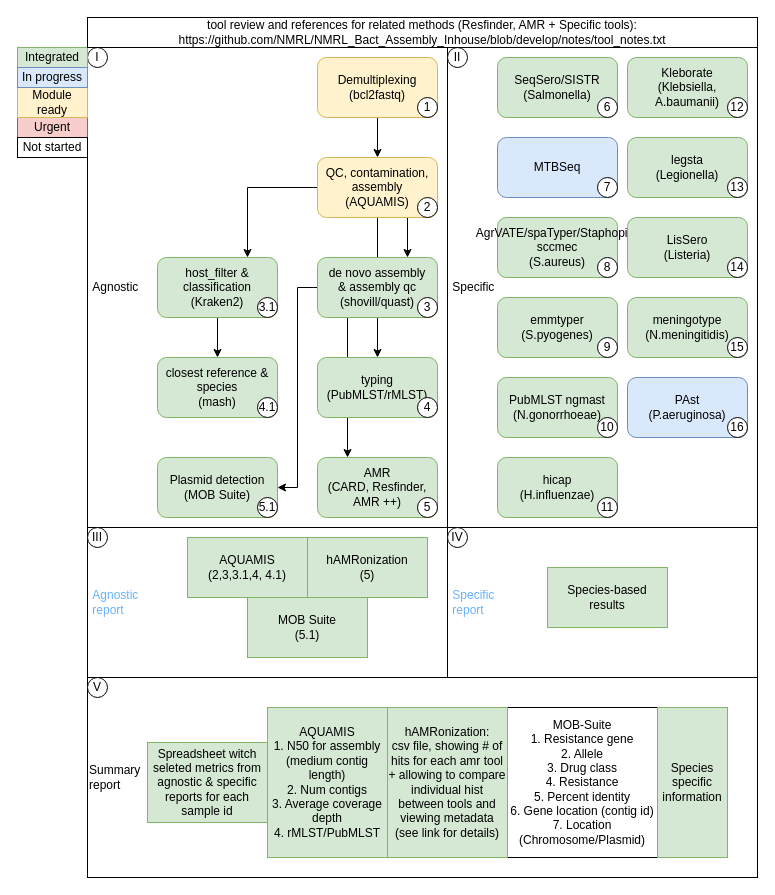
NMRL/Ardetype keeps this draw.io diagram as notes/Agnostic_specific_pipe.drawio. Above is the earlier version. Source tidied: cells renumbered, new cells numbered last; positions are measured from the earlier drawing's top-left corner, leaving out a move shared by most shapes. Both pictures are drawn from the tidied source at 100%, with x=0, y=0 at pixel (17, 17).
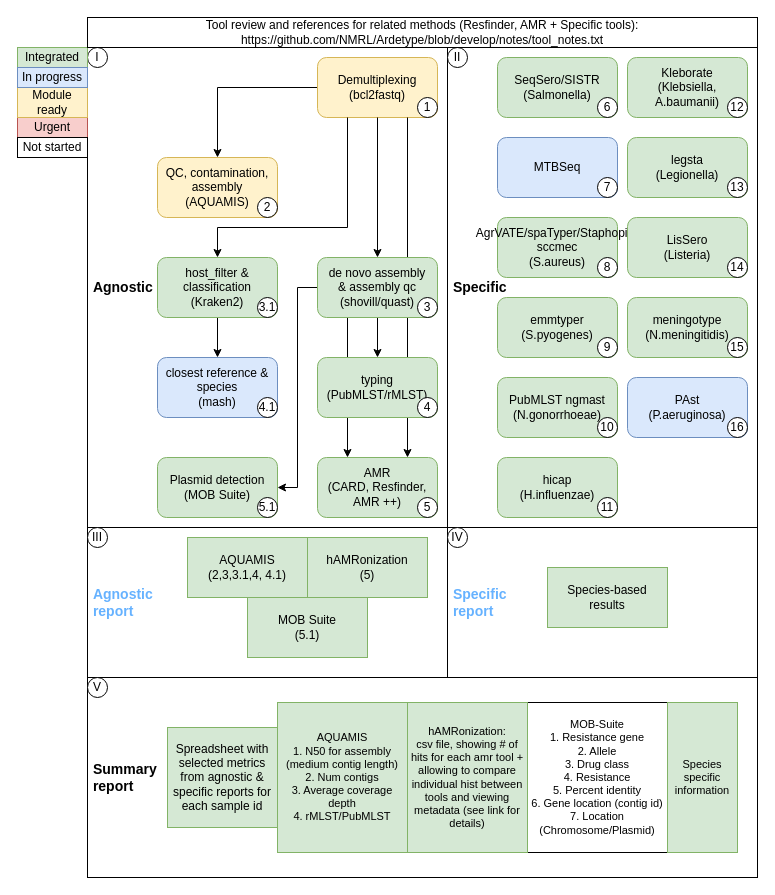
The same page after the edit.

Commit message:
updated_workflow progress

Unchanged cells that the change refers to:
```xml
<mxCell id="5" value="&lt;div&gt;Demultiplexing&lt;/div&gt;(bcl2fastq)" style="rounded=1;whiteSpace=wrap;html=1;fillColor=#fff2cc;strokeColor=#d6b656;" parent="1" vertex="1">
  <mxGeometry x="300" y="40" width="120" height="60" as="geometry" />
</mxCell>
<mxCell id="12" value="&lt;br&gt;&lt;div&gt;de novo assembly&lt;/div&gt;&lt;div&gt;&amp;amp; assembly qc&lt;br&gt;(shovill/quast)&lt;br&gt;&lt;/div&gt;&lt;div&gt;&lt;br&gt;&lt;/div&gt;" style="rounded=1;whiteSpace=wrap;html=1;fillColor=#d5e8d4;strokeColor=#82b366;" parent="1" vertex="1">
  <mxGeometry x="300" y="240" width="120" height="60" as="geometry" />
</mxCell>
<mxCell id="13" value="&lt;div&gt;typing&lt;/div&gt;(PubMLST/rMLST)" style="rounded=1;whiteSpace=wrap;html=1;fillColor=#d5e8d4;strokeColor=#82b366;" parent="1" vertex="1">
  <mxGeometry x="300" y="340" width="120" height="60" as="geometry" />
</mxCell>
<mxCell id="14" value="&lt;div&gt;AMR&lt;/div&gt;(CARD, Resfinder, AMR ++)" style="rounded=1;whiteSpace=wrap;html=1;fillColor=#d5e8d4;strokeColor=#82b366;" parent="1" vertex="1">
  <mxGeometry x="300" y="440" width="120" height="60" as="geometry" />
</mxCell>
<mxCell id="41" value="&lt;div&gt;host_filter &amp;amp; classification&lt;br&gt;&lt;/div&gt;&lt;div&gt;(Kraken2)&lt;/div&gt;" style="rounded=1;whiteSpace=wrap;html=1;fillColor=#d5e8d4;strokeColor=#82b366;" parent="1" vertex="1">
  <mxGeometry x="140" y="240" width="120" height="60" as="geometry" />
</mxCell>
```

Diff of the diagram source:
```diff
@@
-    <mxCell id="2" value="&lt;div&gt;&lt;font color=&quot;#66B2FF&quot;&gt;&amp;nbsp;Specific&lt;/font&gt;&lt;/div&gt;&lt;div&gt;&lt;font color=&quot;#66B2FF&quot;&gt;&amp;nbsp;report&lt;br&gt;&lt;/font&gt;&lt;/div&gt;" style="rounded=0;whiteSpace=wrap;html=1;align=left;" parent="1" vertex="1">
+    <mxCell id="2" value="&lt;div style=&quot;font-size: 14px;&quot;&gt;&lt;font style=&quot;font-size: 14px;&quot;&gt;&lt;b&gt;&lt;font style=&quot;font-size: 14px;&quot; color=&quot;#66B2FF&quot;&gt;&amp;nbsp;Specific&lt;/font&gt;&lt;/b&gt;&lt;/font&gt;&lt;/div&gt;&lt;div style=&quot;font-size: 14px;&quot;&gt;&lt;font style=&quot;font-size: 14px;&quot;&gt;&lt;b&gt;&lt;font style=&quot;font-size: 14px;&quot; color=&quot;#66B2FF&quot;&gt;&amp;nbsp;report&lt;br&gt;&lt;/font&gt;&lt;/b&gt;&lt;/font&gt;&lt;/div&gt;" style="rounded=0;whiteSpace=wrap;html=1;align=left;" parent="1" vertex="1">
       <mxGeometry x="430" y="510" width="310" height="150" as="geometry" />
     </mxCell>
-    <mxCell id="3" value="&lt;div align=&quot;left&quot;&gt;&amp;nbsp;Agnostic&lt;/div&gt;" style="rounded=0;whiteSpace=wrap;html=1;align=left;" parent="1" vertex="1">
+    <mxCell id="3" value="&lt;div style=&quot;font-size: 14px;&quot; align=&quot;left&quot;&gt;&lt;b&gt;&lt;font style=&quot;font-size: 14px;&quot;&gt;&amp;nbsp;Agnostic&lt;/font&gt;&lt;/b&gt;&lt;/div&gt;" style="rounded=0;whiteSpace=wrap;html=1;align=left;" parent="1" vertex="1">
       <mxGeometry x="70" y="30" width="360" height="480" as="geometry" />
     </mxCell>
-    <mxCell id="4" style="edgeStyle=orthogonalEdgeStyle;rounded=0;jettySize=auto;html=1;exitX=0.5;exitY=1;exitDx=0;exitDy=0;entryX=0.5;entryY=0;entryDx=0;entryDy=0;" parent="1" edge="1" source="5" target="9">
+    <mxCell id="4" style="edgeStyle=orthogonalEdgeStyle;rounded=0;jettySize=auto;html=1;exitX=0;exitY=0.5;exitDx=0;exitDy=0;entryX=0.5;entryY=0;entryDx=0;entryDy=0;" parent="1" edge="1" source="5" target="9">
       <mxGeometry relative="1" as="geometry" />
     </mxCell>
@@
-    <mxCell id="6" style="edgeStyle=orthogonalEdgeStyle;rounded=0;jettySize=auto;html=1;" parent="1" edge="1" source="9" target="13">
+    <mxCell id="6" style="edgeStyle=orthogonalEdgeStyle;rounded=0;jettySize=auto;html=1;exitX=0.75;exitY=1;exitDx=0;exitDy=0;entryX=0.75;entryY=0;entryDx=0;entryDy=0;" parent="1" edge="1" source="5" target="14">
       <mxGeometry relative="1" as="geometry" />
     </mxCell>
-    <mxCell id="7" style="edgeStyle=orthogonalEdgeStyle;rounded=0;jettySize=auto;html=1;exitX=0.75;exitY=1;exitDx=0;exitDy=0;entryX=0.75;entryY=0;entryDx=0;entryDy=0;" parent="1" edge="1" source="9" target="12">
+    <mxCell id="7" style="edgeStyle=orthogonalEdgeStyle;rounded=0;jettySize=auto;html=1;exitX=0.5;exitY=1;exitDx=0;exitDy=0;entryX=0.5;entryY=0;entryDx=0;entryDy=0;" parent="1" edge="1" source="5" target="12">
       <mxGeometry relative="1" as="geometry" />
     </mxCell>
-    <mxCell id="8" style="edgeStyle=orthogonalEdgeStyle;rounded=0;jettySize=auto;html=1;exitX=0;exitY=0.5;exitDx=0;exitDy=0;entryX=0.75;entryY=0;entryDx=0;entryDy=0;" parent="1" edge="1" source="9" target="41">
-      <mxGeometry relative="1" as="geometry" />
+    <mxCell id="8" style="edgeStyle=orthogonalEdgeStyle;rounded=0;jettySize=auto;html=1;exitX=0.25;exitY=1;exitDx=0;exitDy=0;entryX=0.5;entryY=0;entryDx=0;entryDy=0;" parent="1" edge="1" source="5" target="41">
+      <mxGeometry relative="1" as="geometry">
+        <Array as="points">
+          <mxPoint x="330" y="210" />
+          <mxPoint x="200" y="210" />
+        </Array>
+      </mxGeometry>
     </mxCell>
     <mxCell id="9" value="QC, contamination, assembly&lt;br&gt;(AQUAMIS)" style="rounded=1;whiteSpace=wrap;html=1;fillColor=#fff2cc;strokeColor=#d6b656;" parent="1" vertex="1">
-      <mxGeometry x="300" y="140" width="120" height="60" as="geometry" />
+      <mxGeometry x="140" y="140" width="120" height="60" as="geometry" />
     </mxCell>
@@
+    <mxCell id="72" style="edgeStyle=orthogonalEdgeStyle;rounded=0;jettySize=auto;html=1;entryX=0.5;entryY=0;entryDx=0;entryDy=0;fontSize=14;fontColor=#3333FF;" parent="1" edge="1" source="12" target="13">
+      <mxGeometry relative="1" as="geometry" />
+    </mxCell>
@@
-    <mxCell id="15" value="&amp;nbsp;Specific" style="rounded=0;whiteSpace=wrap;html=1;align=left;" parent="1" vertex="1">
+    <mxCell id="15" value="&lt;b&gt;&lt;font style=&quot;font-size: 14px;&quot;&gt;&amp;nbsp;Specific&lt;/font&gt;&lt;/b&gt;" style="rounded=0;whiteSpace=wrap;html=1;align=left;" parent="1" vertex="1">
       <mxGeometry x="430" y="30" width="310" height="480" as="geometry" />
     </mxCell>
@@
     <mxCell id="27" value="2" style="ellipse;whiteSpace=wrap;html=1;" parent="1" vertex="1">
-      <mxGeometry x="400" y="180" width="20" height="20" as="geometry" />
+      <mxGeometry x="240" y="180" width="20" height="20" as="geometry" />
     </mxCell>
@@
-    <mxCell id="43" value="&lt;div&gt;&lt;font color=&quot;#66B2FF&quot;&gt;&amp;nbsp;Agnostic&lt;/font&gt;&lt;/div&gt;&lt;div&gt;&lt;font color=&quot;#66B2FF&quot;&gt;&amp;nbsp;report&lt;br&gt;&lt;/font&gt;&lt;/div&gt;" style="rounded=0;whiteSpace=wrap;html=1;align=left;" parent="1" vertex="1">
+    <mxCell id="43" value="&lt;div style=&quot;font-size: 14px;&quot;&gt;&lt;font style=&quot;font-size: 14px;&quot;&gt;&lt;b&gt;&lt;font style=&quot;font-size: 14px;&quot; color=&quot;#66B2FF&quot;&gt;&amp;nbsp;Agnostic&lt;/font&gt;&lt;/b&gt;&lt;/font&gt;&lt;/div&gt;&lt;div style=&quot;font-size: 14px;&quot;&gt;&lt;font style=&quot;font-size: 14px;&quot;&gt;&lt;b&gt;&lt;font style=&quot;font-size: 14px;&quot; color=&quot;#66B2FF&quot;&gt;&amp;nbsp;report&lt;br&gt;&lt;/font&gt;&lt;/b&gt;&lt;/font&gt;&lt;/div&gt;" style="rounded=0;whiteSpace=wrap;html=1;align=left;" parent="1" vertex="1">
       <mxGeometry x="70" y="510" width="360" height="150" as="geometry" />
     </mxCell>
@@
-    <mxCell id="51" value="&lt;div&gt;closest reference &amp;amp; species&lt;br&gt;&lt;/div&gt;&lt;div&gt;(mash)&lt;br&gt;&lt;/div&gt;" style="rounded=1;whiteSpace=wrap;html=1;fillColor=#d5e8d4;strokeColor=#82b366;" parent="1" vertex="1">
+    <mxCell id="51" value="&lt;div&gt;closest reference &amp;amp; species&lt;br&gt;&lt;/div&gt;&lt;div&gt;(mash)&lt;br&gt;&lt;/div&gt;" style="rounded=1;whiteSpace=wrap;html=1;fillColor=#dae8fc;strokeColor=#6c8ebf;" parent="1" vertex="1">
       <mxGeometry x="140" y="340" width="120" height="60" as="geometry" />
     </mxCell>
@@
-    <mxCell id="55" value="&lt;div&gt;Summary&lt;/div&gt;&lt;div&gt;report&lt;br&gt;&lt;/div&gt;" style="rounded=0;whiteSpace=wrap;html=1;align=left;" parent="1" vertex="1">
+    <mxCell id="55" value="&lt;div style=&quot;font-size: 14px;&quot;&gt;&lt;font style=&quot;font-size: 14px;&quot;&gt;&lt;b&gt;&amp;nbsp;Summary&lt;/b&gt;&lt;/font&gt;&lt;/div&gt;&lt;div style=&quot;font-size: 14px;&quot;&gt;&lt;b&gt;&lt;font style=&quot;font-size: 14px;&quot;&gt;&amp;nbsp;report&lt;/font&gt;&lt;br&gt;&lt;/b&gt;&lt;/div&gt;" style="rounded=0;whiteSpace=wrap;html=1;align=left;" parent="1" vertex="1">
       <mxGeometry x="70" y="660" width="670" height="200" as="geometry" />
     </mxCell>
-    <mxCell id="56" value="Spreadsheet witch seleted metrics from agnostic &amp;amp; specific reports for each sample id" style="rounded=0;whiteSpace=wrap;html=1;fillColor=#d5e8d4;strokeColor=#82b366;" parent="1" vertex="1">
-      <mxGeometry x="130" y="725" width="120" height="80" as="geometry" />
+    <mxCell id="56" value="Spreadsheet with selected metrics from agnostic &amp;amp; specific reports for each sample id" style="rounded=0;whiteSpace=wrap;html=1;fillColor=#d5e8d4;strokeColor=#82b366;" parent="1" vertex="1">
+      <mxGeometry x="150" y="710" width="110" height="100" as="geometry" />
     </mxCell>
-    <mxCell id="57" value="&lt;div&gt;AQUAMIS&lt;br&gt;&lt;/div&gt;&lt;div&gt;1. N50 for assembly (medium contig length)&lt;br&gt;&lt;/div&gt;&lt;div&gt;2. Num contigs&lt;/div&gt;&lt;div&gt;3. Average coverage depth&lt;/div&gt;&lt;div&gt;4. rMLST/PubMLST&lt;br&gt;&lt;/div&gt;" style="rounded=0;whiteSpace=wrap;html=1;fillColor=#d5e8d4;strokeColor=#82b366;" parent="1" vertex="1">
-      <mxGeometry x="250" y="690" width="120" height="150" as="geometry" />
+    <mxCell id="57" value="&lt;div style=&quot;font-size: 11px;&quot;&gt;&lt;font style=&quot;font-size: 11px;&quot;&gt;AQUAMIS&lt;br&gt;&lt;/font&gt;&lt;/div&gt;&lt;div style=&quot;font-size: 11px;&quot;&gt;&lt;font style=&quot;font-size: 11px;&quot;&gt;1. N50 for assembly (medium contig length)&lt;br&gt;&lt;/font&gt;&lt;/div&gt;&lt;div style=&quot;font-size: 11px;&quot;&gt;&lt;font style=&quot;font-size: 11px;&quot;&gt;2. Num contigs&lt;/font&gt;&lt;/div&gt;&lt;div style=&quot;font-size: 11px;&quot;&gt;&lt;font style=&quot;font-size: 11px;&quot;&gt;3. Average coverage depth&lt;/font&gt;&lt;/div&gt;&lt;div style=&quot;font-size: 11px;&quot;&gt;&lt;font style=&quot;font-size: 11px;&quot;&gt;4. rMLST/PubMLST&lt;br&gt;&lt;/font&gt;&lt;/div&gt;" style="rounded=0;whiteSpace=wrap;html=1;fillColor=#d5e8d4;strokeColor=#82b366;" parent="1" vertex="1">
+      <mxGeometry x="260" y="685" width="130" height="150" as="geometry" />
     </mxCell>
-    <mxCell id="58" value="&lt;div&gt;MOB-Suite&lt;br&gt;&lt;/div&gt;&lt;div&gt;1. Resistance gene&lt;br&gt;&lt;/div&gt;&lt;div&gt;2. Allele&lt;br&gt;&lt;/div&gt;&lt;div&gt;3. Drug class&lt;/div&gt;&lt;div&gt;4. Resistance&lt;/div&gt;&lt;div&gt;5. Percent identity&lt;/div&gt;&lt;div&gt;6. Gene location (contig id)&lt;/div&gt;&lt;div&gt;7. Location (Chromosome/Plasmid)&lt;br&gt;&lt;/div&gt;" style="rounded=0;whiteSpace=wrap;html=1;" parent="1" vertex="1">
-      <mxGeometry x="490" y="690" width="150" height="150" as="geometry" />
+    <mxCell id="58" value="&lt;div style=&quot;font-size: 11px;&quot;&gt;&lt;font style=&quot;font-size: 11px;&quot;&gt;MOB-Suite&lt;br&gt;&lt;/font&gt;&lt;/div&gt;&lt;div style=&quot;font-size: 11px;&quot;&gt;&lt;font style=&quot;font-size: 11px;&quot;&gt;1. Resistance gene&lt;br&gt;&lt;/font&gt;&lt;/div&gt;&lt;div style=&quot;font-size: 11px;&quot;&gt;&lt;font style=&quot;font-size: 11px;&quot;&gt;2. Allele&lt;br&gt;&lt;/font&gt;&lt;/div&gt;&lt;div style=&quot;font-size: 11px;&quot;&gt;&lt;font style=&quot;font-size: 11px;&quot;&gt;3. Drug class&lt;/font&gt;&lt;/div&gt;&lt;div style=&quot;font-size: 11px;&quot;&gt;&lt;font style=&quot;font-size: 11px;&quot;&gt;4. Resistance&lt;/font&gt;&lt;/div&gt;&lt;div style=&quot;font-size: 11px;&quot;&gt;&lt;font style=&quot;font-size: 11px;&quot;&gt;5. Percent identity&lt;/font&gt;&lt;/div&gt;&lt;div style=&quot;font-size: 11px;&quot;&gt;&lt;font style=&quot;font-size: 11px;&quot;&gt;6. Gene location (contig id)&lt;/font&gt;&lt;/div&gt;&lt;div style=&quot;font-size: 11px;&quot;&gt;&lt;font style=&quot;font-size: 11px;&quot;&gt;7. Location (Chromosome/Plasmid)&lt;br&gt;&lt;/font&gt;&lt;/div&gt;" style="rounded=0;whiteSpace=wrap;html=1;" parent="1" vertex="1">
+      <mxGeometry x="510" y="685" width="140" height="150" as="geometry" />
     </mxCell>
-    <mxCell id="59" value="&lt;div&gt;hAMRonization:&lt;/div&gt;&lt;div&gt;csv file, showing # of hits for each amr tool + allowing to compare individual hist between tools and viewing metadata (see link for details)&lt;br&gt;&lt;/div&gt;" style="rounded=0;whiteSpace=wrap;html=1;fillColor=#d5e8d4;strokeColor=#82b366;" parent="1" vertex="1">
-      <mxGeometry x="370" y="690" width="120" height="150" as="geometry" />
+    <mxCell id="59" value="&lt;div style=&quot;font-size: 11px;&quot;&gt;&lt;font style=&quot;font-size: 11px;&quot;&gt;hAMRonization:&lt;/font&gt;&lt;/div&gt;&lt;div style=&quot;font-size: 11px;&quot;&gt;&lt;font style=&quot;font-size: 11px;&quot;&gt;csv file, showing # of hits for each amr tool + allowing to compare individual hist between tools and viewing metadata (see link for details)&lt;br&gt;&lt;/font&gt;&lt;/div&gt;" style="rounded=0;whiteSpace=wrap;html=1;fillColor=#d5e8d4;strokeColor=#82b366;" parent="1" vertex="1">
+      <mxGeometry x="390" y="685" width="120" height="150" as="geometry" />
     </mxCell>
@@
-    <mxCell id="61" value="&lt;div&gt;Species specific information&lt;/div&gt;" style="rounded=0;whiteSpace=wrap;html=1;fillColor=#d5e8d4;strokeColor=#82b366;" parent="1" vertex="1">
-      <mxGeometry x="640" y="690" width="70" height="150" as="geometry" />
+    <mxCell id="61" value="&lt;div style=&quot;font-size: 11px;&quot;&gt;Species specific information&lt;/div&gt;" style="rounded=0;whiteSpace=wrap;html=1;fillColor=#d5e8d4;strokeColor=#82b366;" parent="1" vertex="1">
+      <mxGeometry x="650" y="685" width="70" height="150" as="geometry" />
     </mxCell>
@@
-    <mxCell id="69" value="tool review and references for related methods (Resfinder, AMR + Specific tools): &lt;br&gt;https://github.com/NMRL/NMRL_Bact_Assembly_Inhouse/blob/develop/notes/tool_notes.txt" style="rounded=0;whiteSpace=wrap;html=1;labelBackgroundColor=#FFFFFF;fontColor=#000000;" parent="1" vertex="1">
+    <mxCell id="69" value="&lt;div&gt;Tool review and references for related methods (Resfinder, AMR + Specific tools): &lt;br&gt;&lt;/div&gt;&lt;div&gt;https://github.com/NMRL/Ardetype/blob/develop/notes/tool_notes.txt&lt;/div&gt;" style="rounded=0;whiteSpace=wrap;html=1;labelBackgroundColor=#FFFFFF;fontColor=#000000;" parent="1" vertex="1">
       <mxGeometry x="70" width="670" height="30" as="geometry" />
     </mxCell>
```
